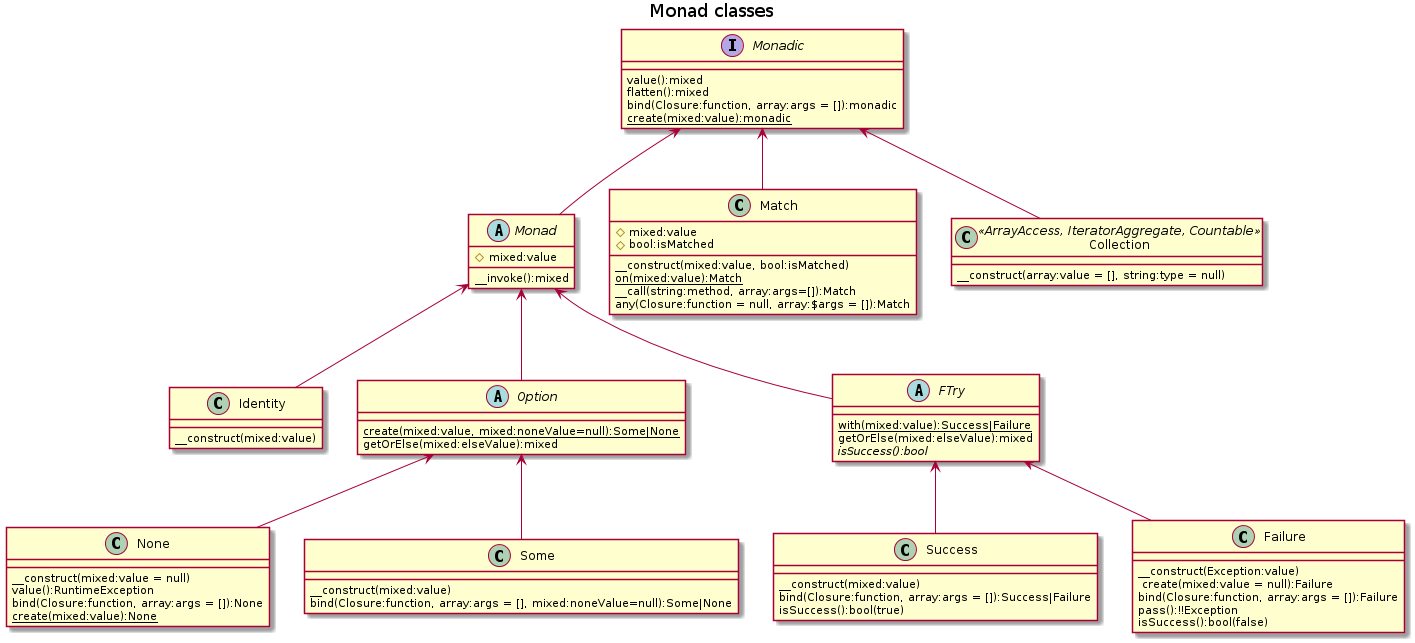
Above: docs/monad-classes.png in chippyash/Monad (PlantUML), before the change.
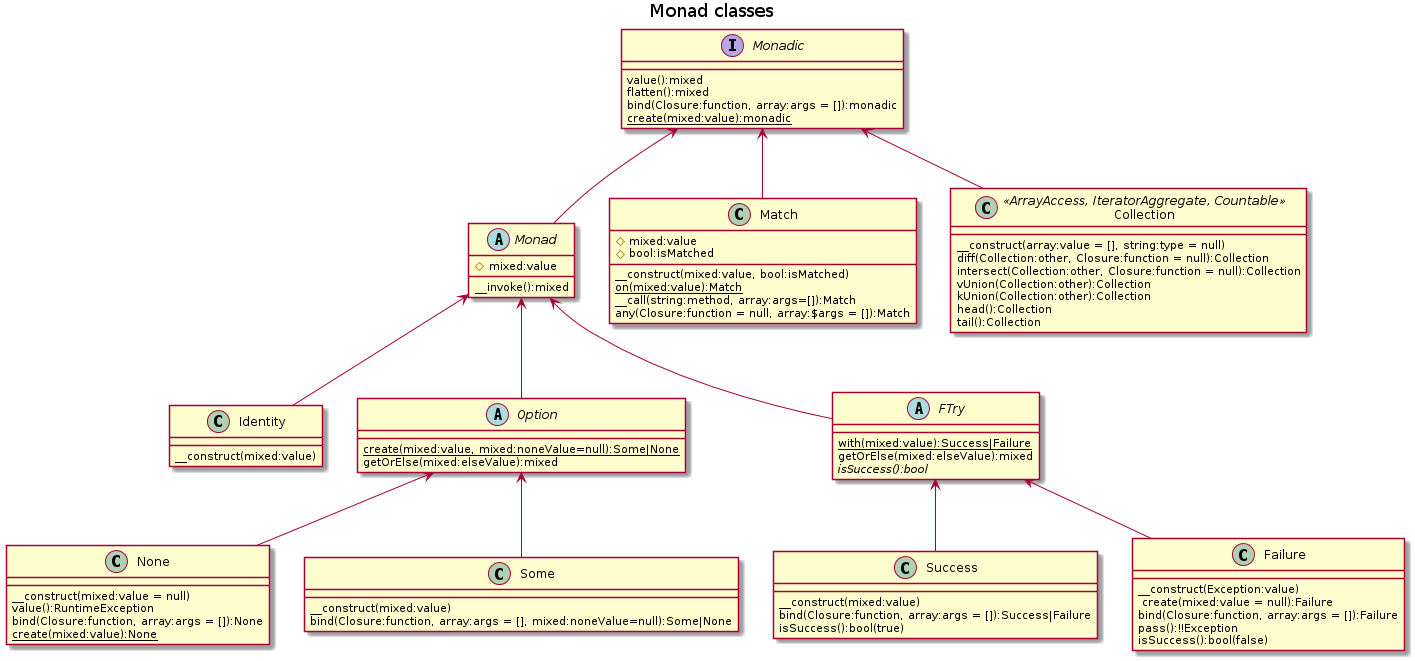
After the change.

Commit message:
Extend Collection

Change to the diagram source:
```diff
@@ -65,6 +65,12 @@
 
 class Collection <<ArrayAccess, IteratorAggregate, Countable>> {
     __construct(array:value = [], string:type = null)
+    diff(Collection:other, Closure:function = null):Collection
+    intersect(Collection:other, Closure:function = null):Collection
+    vUnion(Collection:other):Collection
+    kUnion(Collection:other):Collection
+    head():Collection
+    tail():Collection
 }
 
 Monadic <-- Monad
```
